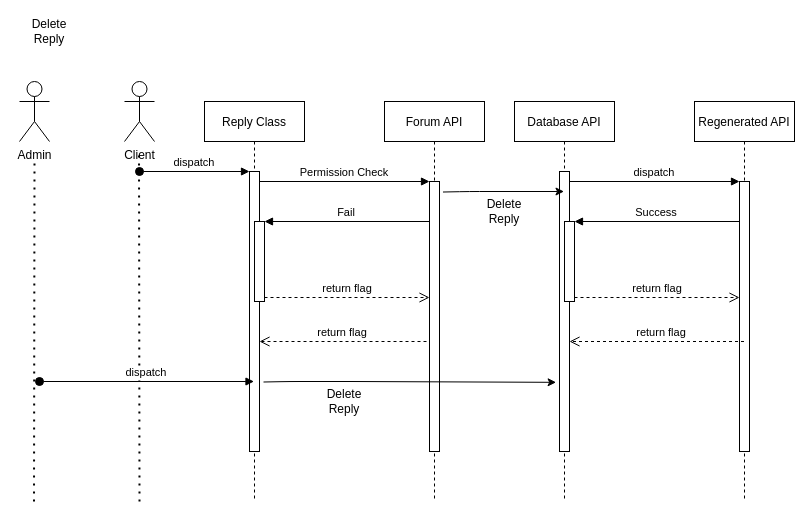
Before: Delete Reply.drawio in Pey-crypto/Mitsoverflow, a draw.io diagram. Source tidied: cells renumbered, new cells numbered last; positions are measured from the earlier drawing's top-left corner, leaving out a move shared by most shapes. Both pictures are drawn from the tidied source at 100%, with x=0, y=0 at pixel (19, 21).
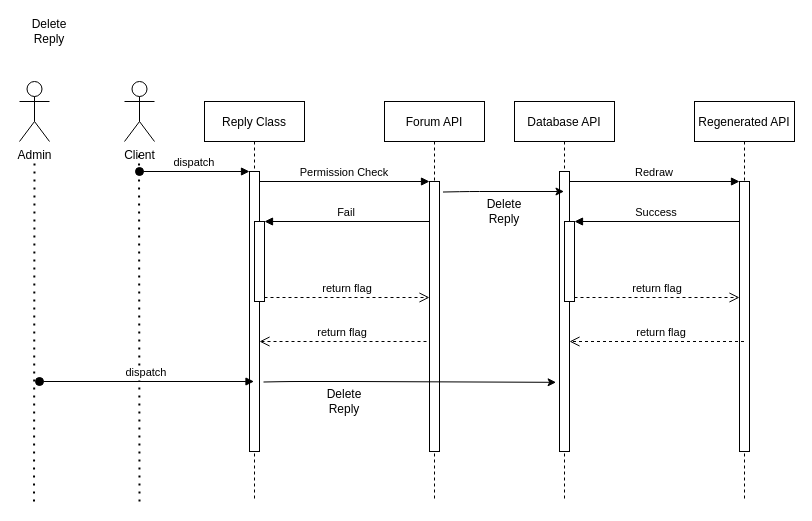
The same page after the edit.

Unchanged cells that the change refers to:
```xml
<mxCell id="15" style="points=[];perimeter=orthogonalPerimeter;rounded=0;shadow=0;strokeWidth=1;" parent="14" vertex="1">
  <mxGeometry x="45" y="70" width="10" height="280" as="geometry" />
</mxCell>
<mxCell id="18" style="points=[];perimeter=orthogonalPerimeter;rounded=0;shadow=0;strokeWidth=1;" parent="17" vertex="1">
  <mxGeometry x="45" y="80" width="10" height="270" as="geometry" />
</mxCell>
```

The edit, as a diff of the source:
```diff
@@
-    <mxCell id="20" value="dispatch" style="verticalAlign=bottom;endArrow=block;entryX=0;entryY=0;shadow=0;strokeWidth=1;" parent="1" edge="1" source="15" target="18">
+    <mxCell id="20" value="Redraw" style="verticalAlign=bottom;endArrow=block;entryX=0;entryY=0;shadow=0;strokeWidth=1;" parent="1" edge="1" source="15" target="18">
       <mxGeometry relative="1" as="geometry" />
     </mxCell>
```
